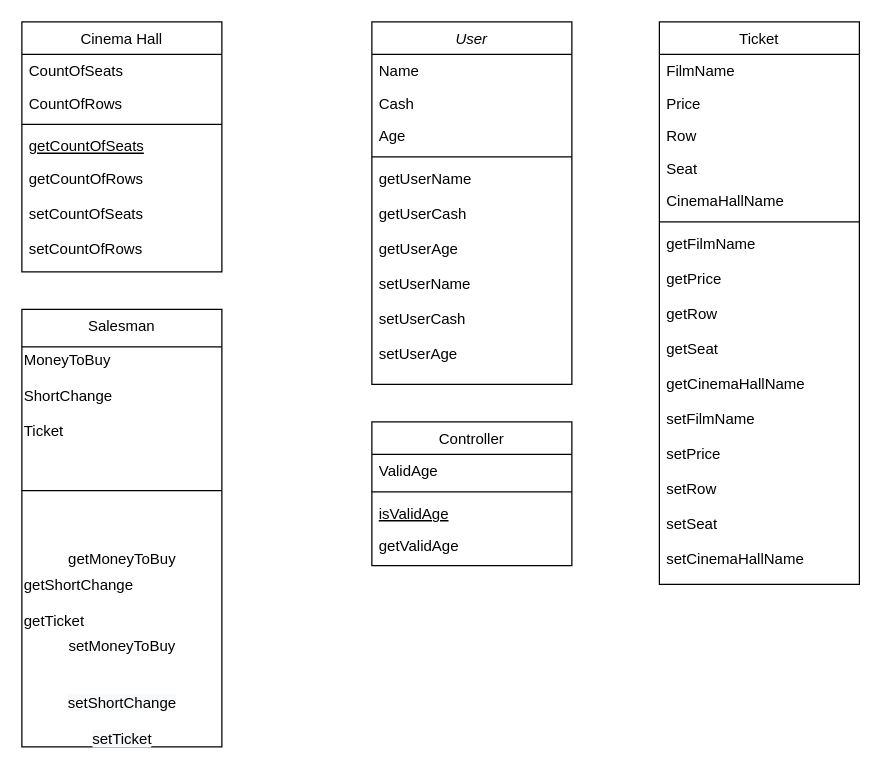
The draw.io diagram Untitled Diagram.drawio in AleksandrBohan/diagram_for_project_group3_JWD, before the edit. Source tidied: cells renumbered, new cells numbered last; positions are measured from the earlier drawing's top-left corner, leaving out a move shared by most shapes. Both pictures are drawn from the tidied source at 125%, with x=0, y=0 at pixel (21, 21).
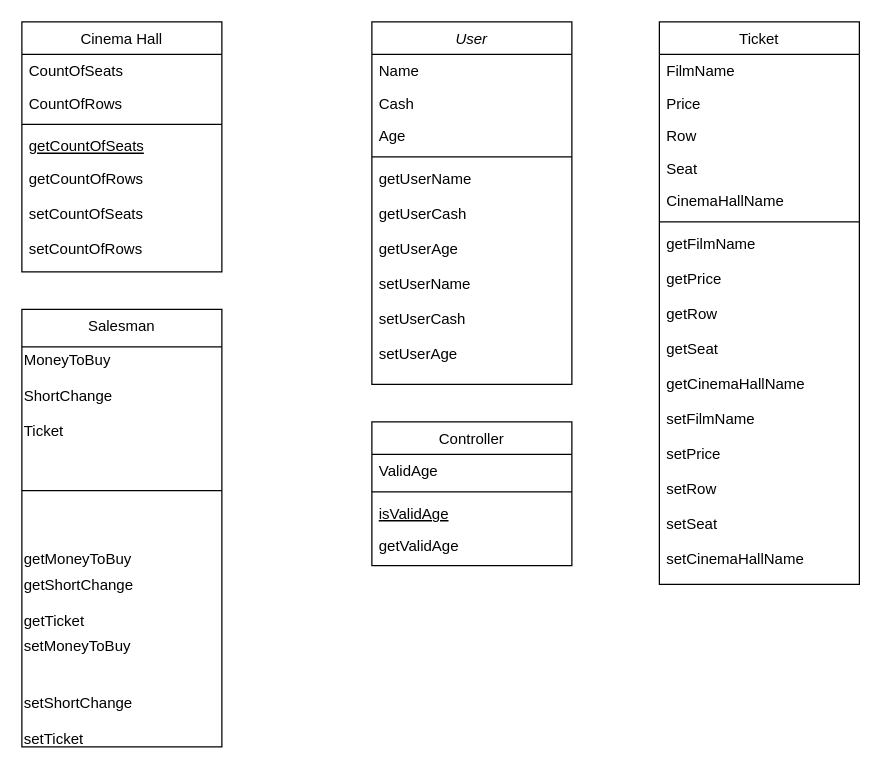
After the change.

Unchanged cells that the change refers to:
```xml
<mxCell id="14" value="Salesman" style="swimlane;fontStyle=0;align=center;verticalAlign=top;horizontal=1;startSize=30;rounded=0;shadow=0;strokeWidth=1;" parent="1" vertex="1">
  <mxGeometry y="230" width="160" height="350" as="geometry" />
</mxCell>
```

Diff of the diagram source:
```diff
@@
-    <mxCell id="18" value="getMoneyToBuy&lt;br&gt;" style="text;html=1;align=center;verticalAlign=middle;strokeColor=none;fillColor=none;" parent="14" vertex="1">
+    <mxCell id="18" value="&lt;div&gt;&lt;span&gt;getMoneyToBuy&lt;/span&gt;&lt;/div&gt;" style="text;html=1;align=left;verticalAlign=middle;strokeColor=none;fillColor=none;" parent="14" vertex="1">
       <mxGeometry y="190" width="160" height="20" as="geometry" />
     </mxCell>
@@
-    <mxCell id="20" value="setMoneyToBuy" style="text;html=1;align=center;verticalAlign=middle;strokeColor=none;fillColor=none;" parent="14" vertex="1">
+    <mxCell id="20" value="setMoneyToBuy" style="text;html=1;align=left;verticalAlign=middle;strokeColor=none;fillColor=none;" parent="14" vertex="1">
       <mxGeometry y="260" width="160" height="20" as="geometry" />
     </mxCell>
-    <mxCell id="21" value="&lt;br&gt;&lt;br&gt;&lt;span style=&quot;color: rgb(0 , 0 , 0) ; font-family: &amp;#34;helvetica&amp;#34; ; font-size: 12px ; font-style: normal ; font-weight: 400 ; letter-spacing: normal ; text-align: left ; text-indent: 0px ; text-transform: none ; word-spacing: 0px ; background-color: rgb(248 , 249 , 250) ; display: inline ; float: none&quot;&gt;setShortChange&lt;/span&gt;&lt;br style=&quot;color: rgb(0 , 0 , 0) ; font-family: &amp;#34;helvetica&amp;#34; ; font-size: 12px ; font-style: normal ; font-weight: 400 ; letter-spacing: normal ; text-align: left ; text-indent: 0px ; text-transform: none ; word-spacing: 0px ; background-color: rgb(248 , 249 , 250)&quot;&gt;&lt;br style=&quot;color: rgb(0 , 0 , 0) ; font-family: &amp;#34;helvetica&amp;#34; ; font-size: 12px ; font-style: normal ; font-weight: 400 ; letter-spacing: normal ; text-align: left ; text-indent: 0px ; text-transform: none ; word-spacing: 0px ; background-color: rgb(248 , 249 , 250)&quot;&gt;&lt;span style=&quot;color: rgb(0 , 0 , 0) ; font-family: &amp;#34;helvetica&amp;#34; ; font-size: 12px ; font-style: normal ; font-weight: 400 ; letter-spacing: normal ; text-align: left ; text-indent: 0px ; text-transform: none ; word-spacing: 0px ; background-color: rgb(248 , 249 , 250) ; display: inline ; float: none&quot;&gt;setTicket&lt;/span&gt;&lt;br&gt;" style="text;html=1;align=center;verticalAlign=middle;strokeColor=none;fillColor=none;" parent="14" vertex="1">
+    <mxCell id="21" value="&lt;div&gt;&lt;br&gt;&lt;/div&gt;&lt;div&gt;&lt;br&gt;&lt;/div&gt;&lt;span style=&quot;color: rgb(0 , 0 , 0) ; font-family: &amp;#34;helvetica&amp;#34; ; font-size: 12px ; font-style: normal ; font-weight: 400 ; letter-spacing: normal ; text-indent: 0px ; text-transform: none ; word-spacing: 0px ; background-color: rgb(248 , 249 , 250) ; display: inline ; float: none&quot;&gt;&lt;div&gt;setShortChange&lt;/div&gt;&lt;/span&gt;&lt;div&gt;&lt;font face=&quot;helvetica&quot;&gt;&lt;br&gt;&lt;/font&gt;&lt;/div&gt;&lt;span style=&quot;color: rgb(0 , 0 , 0) ; font-family: &amp;#34;helvetica&amp;#34; ; font-size: 12px ; font-style: normal ; font-weight: 400 ; letter-spacing: normal ; text-indent: 0px ; text-transform: none ; word-spacing: 0px ; background-color: rgb(248 , 249 , 250) ; display: inline ; float: none&quot;&gt;&lt;div&gt;setTicket&lt;/div&gt;&lt;/span&gt;" style="text;html=1;align=left;verticalAlign=middle;strokeColor=none;fillColor=none;" parent="14" vertex="1">
       <mxGeometry y="280" width="160" height="70" as="geometry" />
     </mxCell>
```
